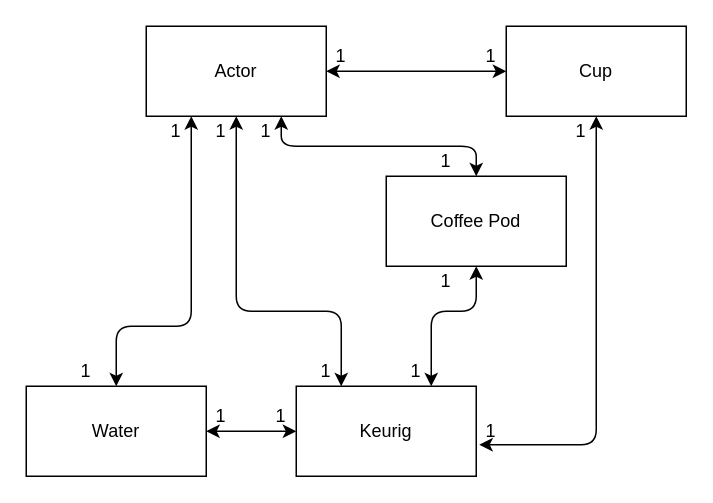
Before: page "Domain Model" (2 of 3) of Untitled Diagram.drawio in APRATT97/CISC-210, a draw.io diagram. Source tidied: cells renumbered, new cells numbered last; positions are measured from the earlier drawing's top-left corner, leaving out a move shared by most shapes. Both pictures are drawn from the tidied source at 150%, with x=0, y=0 at pixel (26, 26).
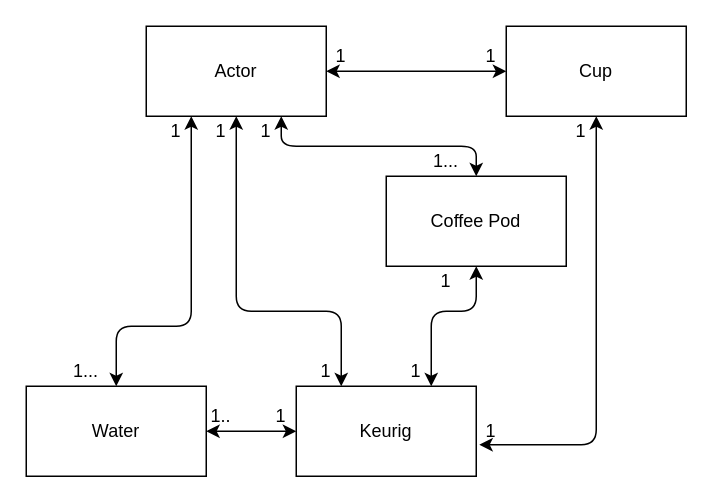
The same diagram, later.

What changed in the source:
```diff
@@
-    <mxCell id="8" value="1" style="text;html=1;strokeColor=none;fillColor=none;align=center;verticalAlign=middle;whiteSpace=wrap;rounded=0;" parent="1" vertex="1">
+    <mxCell id="8" value="1.." style="text;html=1;strokeColor=none;fillColor=none;align=center;verticalAlign=middle;whiteSpace=wrap;rounded=0;" parent="1" vertex="1">
       <mxGeometry x="110" y="250" width="40" height="20" as="geometry" />
     </mxCell>
@@
-    <mxCell id="12" value="1" style="text;html=1;strokeColor=none;fillColor=none;align=center;verticalAlign=middle;whiteSpace=wrap;rounded=0;" parent="1" vertex="1">
+    <mxCell id="12" value="1..." style="text;html=1;strokeColor=none;fillColor=none;align=center;verticalAlign=middle;whiteSpace=wrap;rounded=0;" parent="1" vertex="1">
       <mxGeometry x="20" y="220" width="40" height="20" as="geometry" />
     </mxCell>
@@
-    <mxCell id="25" value="1" style="text;html=1;strokeColor=none;fillColor=none;align=center;verticalAlign=middle;whiteSpace=wrap;rounded=0;" parent="1" vertex="1">
+    <mxCell id="25" value="1..." style="text;html=1;strokeColor=none;fillColor=none;align=center;verticalAlign=middle;whiteSpace=wrap;rounded=0;" parent="1" vertex="1">
       <mxGeometry x="260" y="80" width="40" height="20" as="geometry" />
     </mxCell>
```
